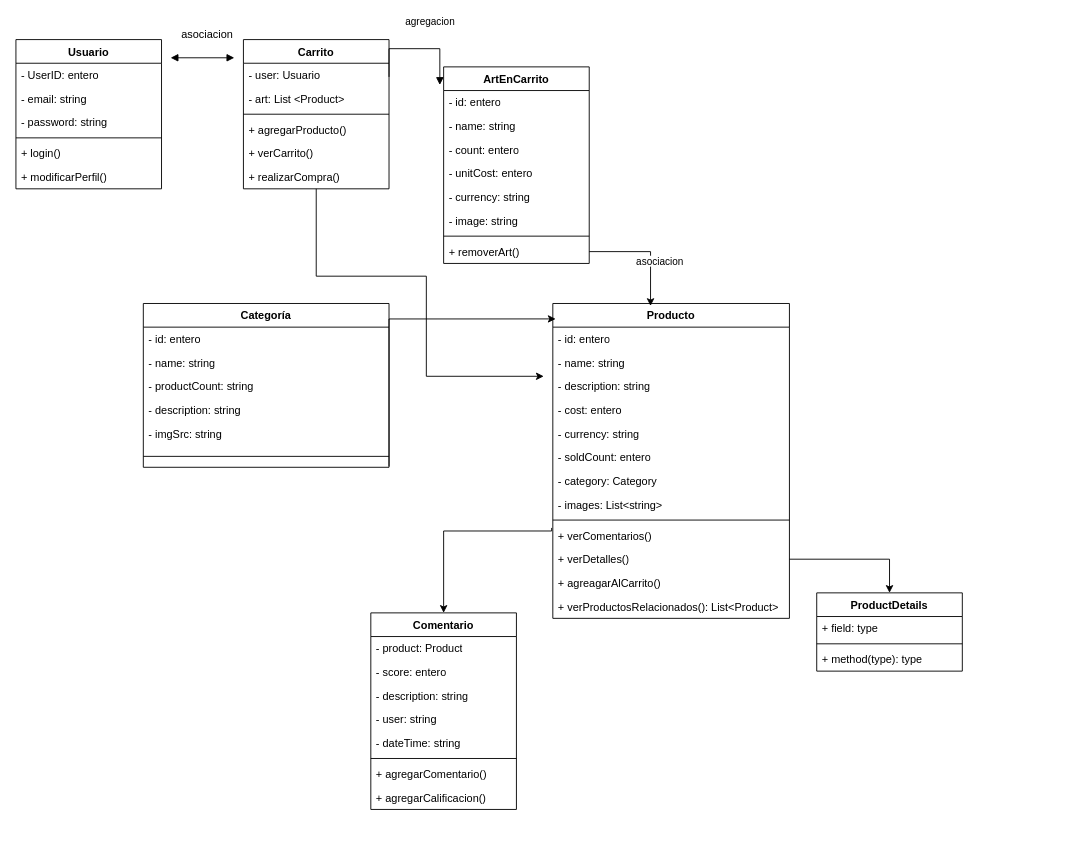
Before: Entrega 1.drawio in janbrugger/Proyecto-Final, a draw.io diagram. Source tidied: cells renumbered, new cells numbered last; positions are measured from the earlier drawing's top-left corner, leaving out a move shared by most shapes. Both pictures are drawn from the tidied source at 91%, with x=0, y=0 at pixel (15, 21).
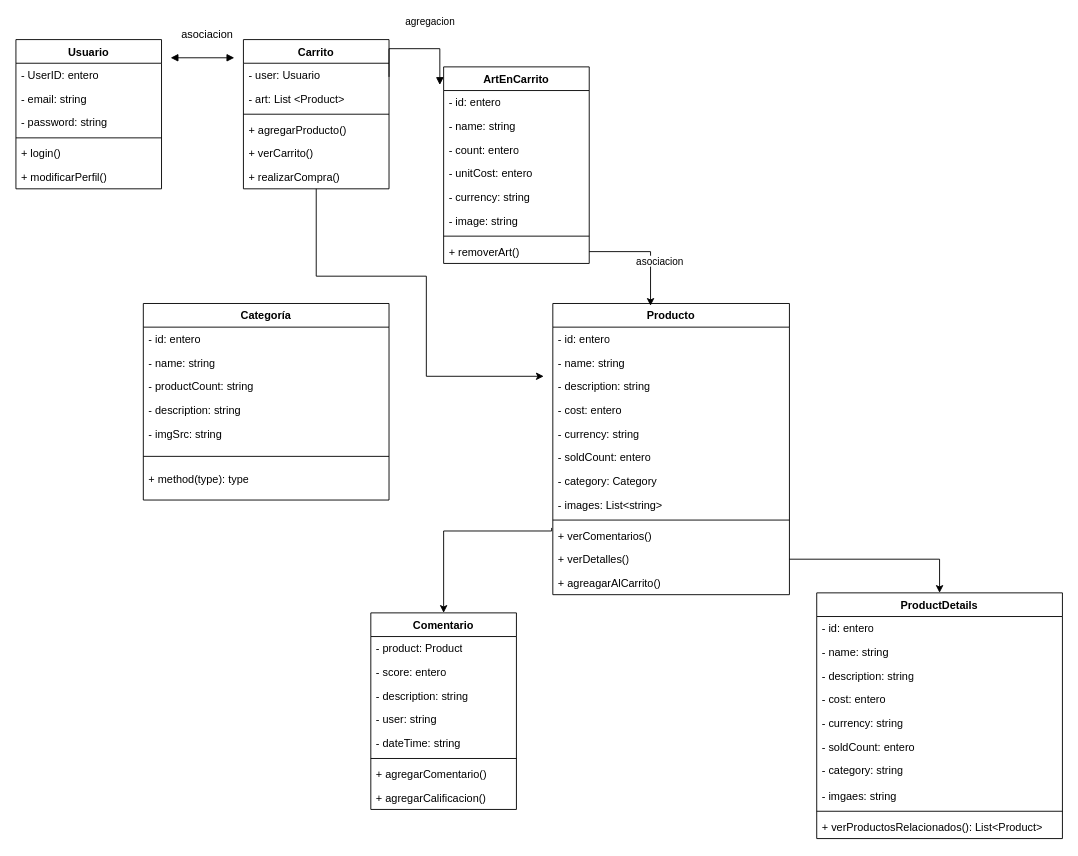
The same diagram, later.

What changed in the source:
```diff
@@
     <mxCell id="2" value="Categoría" style="swimlane;fontStyle=1;align=center;verticalAlign=top;horizontal=1;startSize=26;whiteSpace=wrap;html=1;" parent="1" vertex="1">
-      <mxGeometry x="140" y="310" width="270" height="180" as="geometry" />
+      <mxGeometry x="140" y="310" width="270" height="216" as="geometry" />
     </mxCell>
@@
+    <mxCell id="68" value="+ method(type): type" style="text;strokeColor=none;fillColor=none;align=left;verticalAlign=top;spacingLeft=4;spacingRight=4;overflow=hidden;whiteSpace=wrap;html=1;" parent="2" vertex="1">
+      <mxGeometry y="180" width="270" height="36" as="geometry" />
+    </mxCell>
     <mxCell id="9" value="Producto" style="swimlane;fontStyle=1;align=center;verticalAlign=top;horizontal=1;startSize=26;whiteSpace=wrap;html=1;" parent="1" vertex="1">
-      <mxGeometry x="590" y="310" width="260" height="346" as="geometry" />
+      <mxGeometry x="590" y="310" width="260" height="320" as="geometry" />
     </mxCell>
@@
-    <mxCell id="22" value="+ verProductosRelacionados(): List&amp;lt;Product&amp;gt;" style="text;strokeColor=none;fillColor=none;align=left;verticalAlign=top;spacingLeft=4;spacingRight=4;overflow=hidden;whiteSpace=wrap;html=1;" parent="9" vertex="1">
-      <mxGeometry y="320" width="260" height="26" as="geometry" />
-    </mxCell>
@@
-    <mxCell id="41" style="edgeStyle=orthogonalEdgeStyle;rounded=0;jettySize=auto;html=1;exitX=1;exitY=0.5;exitDx=0;exitDy=0;entryX=0.012;entryY=0.049;entryDx=0;entryDy=0;entryPerimeter=0;" parent="1" edge="1" target="9">
-      <mxGeometry relative="1" as="geometry">
-        <mxPoint x="410" y="489" as="sourcePoint" />
-        <Array as="points">
-          <mxPoint x="410" y="327" />
-        </Array>
-      </mxGeometry>
-    </mxCell>
@@
     <mxCell id="62" value="ProductDetails" style="swimlane;fontStyle=1;align=center;verticalAlign=top;horizontal=1;startSize=26;whiteSpace=wrap;html=1;" parent="1" vertex="1">
-      <mxGeometry x="880" y="628" width="160" height="86" as="geometry" />
+      <mxGeometry x="880" y="628" width="270" height="270" as="geometry" />
     </mxCell>
-    <mxCell id="63" value="+ field: type" style="text;strokeColor=none;fillColor=none;align=left;verticalAlign=top;spacingLeft=4;spacingRight=4;overflow=hidden;whiteSpace=wrap;html=1;" parent="62" vertex="1">
-      <mxGeometry y="26" width="160" height="26" as="geometry" />
+    <mxCell id="63" value="- id: entero&lt;br&gt;" style="text;strokeColor=none;fillColor=none;align=left;verticalAlign=top;spacingLeft=4;spacingRight=4;overflow=hidden;whiteSpace=wrap;html=1;" parent="62" vertex="1">
+      <mxGeometry y="26" width="270" height="26" as="geometry" />
     </mxCell>
+    <mxCell id="69" value="- name: string" style="text;strokeColor=none;fillColor=none;align=left;verticalAlign=top;spacingLeft=4;spacingRight=4;overflow=hidden;whiteSpace=wrap;html=1;" parent="62" vertex="1">
+      <mxGeometry y="52" width="270" height="26" as="geometry" />
+    </mxCell>
+    <mxCell id="70" value="- description: string&lt;br&gt;" style="text;strokeColor=none;fillColor=none;align=left;verticalAlign=top;spacingLeft=4;spacingRight=4;overflow=hidden;whiteSpace=wrap;html=1;" parent="62" vertex="1">
+      <mxGeometry y="78" width="270" height="26" as="geometry" />
+    </mxCell>
+    <mxCell id="71" value="- cost: entero" style="text;strokeColor=none;fillColor=none;align=left;verticalAlign=top;spacingLeft=4;spacingRight=4;overflow=hidden;whiteSpace=wrap;html=1;" parent="62" vertex="1">
+      <mxGeometry y="104" width="270" height="26" as="geometry" />
+    </mxCell>
+    <mxCell id="72" value="- currency: string" style="text;strokeColor=none;fillColor=none;align=left;verticalAlign=top;spacingLeft=4;spacingRight=4;overflow=hidden;whiteSpace=wrap;html=1;" parent="62" vertex="1">
+      <mxGeometry y="130" width="270" height="26" as="geometry" />
+    </mxCell>
+    <mxCell id="73" value="- soldCount: entero" style="text;strokeColor=none;fillColor=none;align=left;verticalAlign=top;spacingLeft=4;spacingRight=4;overflow=hidden;whiteSpace=wrap;html=1;" parent="62" vertex="1">
+      <mxGeometry y="156" width="270" height="26" as="geometry" />
+    </mxCell>
+    <mxCell id="74" value="- category: string" style="text;strokeColor=none;fillColor=none;align=left;verticalAlign=top;spacingLeft=4;spacingRight=4;overflow=hidden;whiteSpace=wrap;html=1;" parent="62" vertex="1">
+      <mxGeometry y="182" width="270" height="28" as="geometry" />
+    </mxCell>
+    <mxCell id="75" value="- imgaes: string" style="text;strokeColor=none;fillColor=none;align=left;verticalAlign=top;spacingLeft=4;spacingRight=4;overflow=hidden;whiteSpace=wrap;html=1;" parent="62" vertex="1">
+      <mxGeometry y="210" width="270" height="26" as="geometry" />
+    </mxCell>
     <mxCell id="64" style="line;strokeWidth=1;fillColor=none;align=left;verticalAlign=middle;spacingTop=-1;spacingLeft=3;spacingRight=3;labelPosition=right;strokeColor=inherit;" parent="62" vertex="1">
-      <mxGeometry y="52" width="160" height="8" as="geometry" />
+      <mxGeometry y="236" width="270" height="8" as="geometry" />
     </mxCell>
-    <mxCell id="65" value="+ method(type): type" style="text;strokeColor=none;fillColor=none;align=left;verticalAlign=top;spacingLeft=4;spacingRight=4;overflow=hidden;whiteSpace=wrap;html=1;" parent="62" vertex="1">
-      <mxGeometry y="60" width="160" height="26" as="geometry" />
+    <mxCell id="65" value="+ verProductosRelacionados(): List&amp;lt;Product&amp;gt;" style="text;strokeColor=none;fillColor=none;align=left;verticalAlign=top;spacingLeft=4;spacingRight=4;overflow=hidden;whiteSpace=wrap;html=1;" parent="62" vertex="1">
+      <mxGeometry y="244" width="270" height="26" as="geometry" />
     </mxCell>
```
